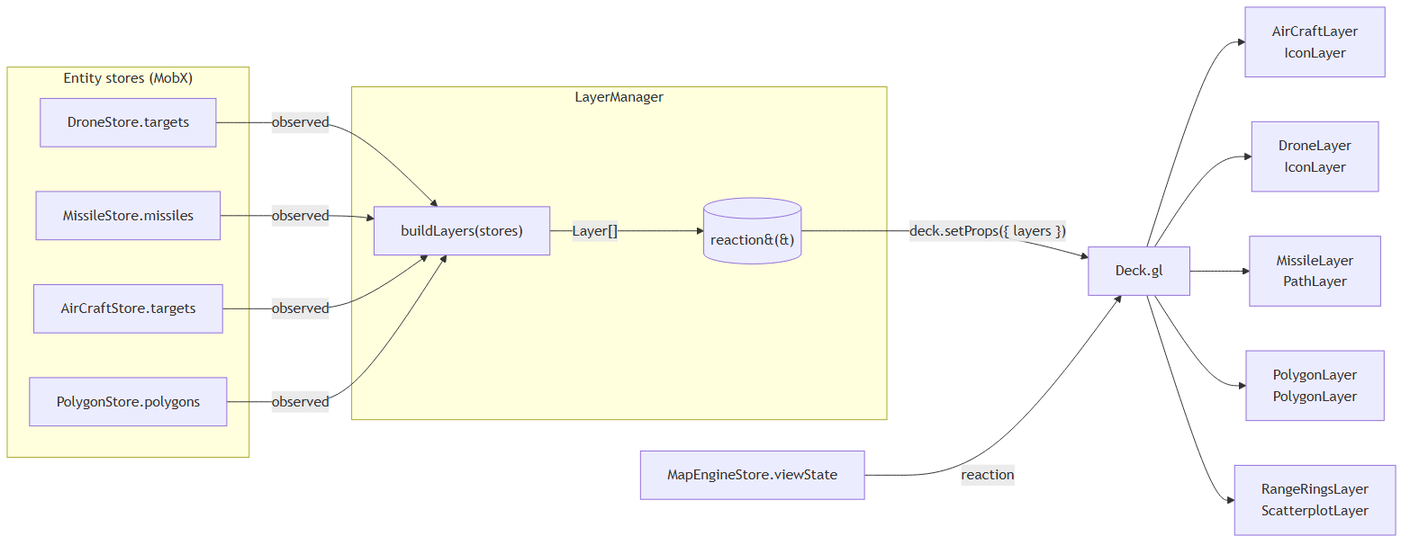
Earlier version of the Mermaid export src/assets/diagrams/05-layers-data-flow.png (abergwer/MapApp). Its source is kept beside it as src/assets/diagrams/05-layers-data-flow.mmd.
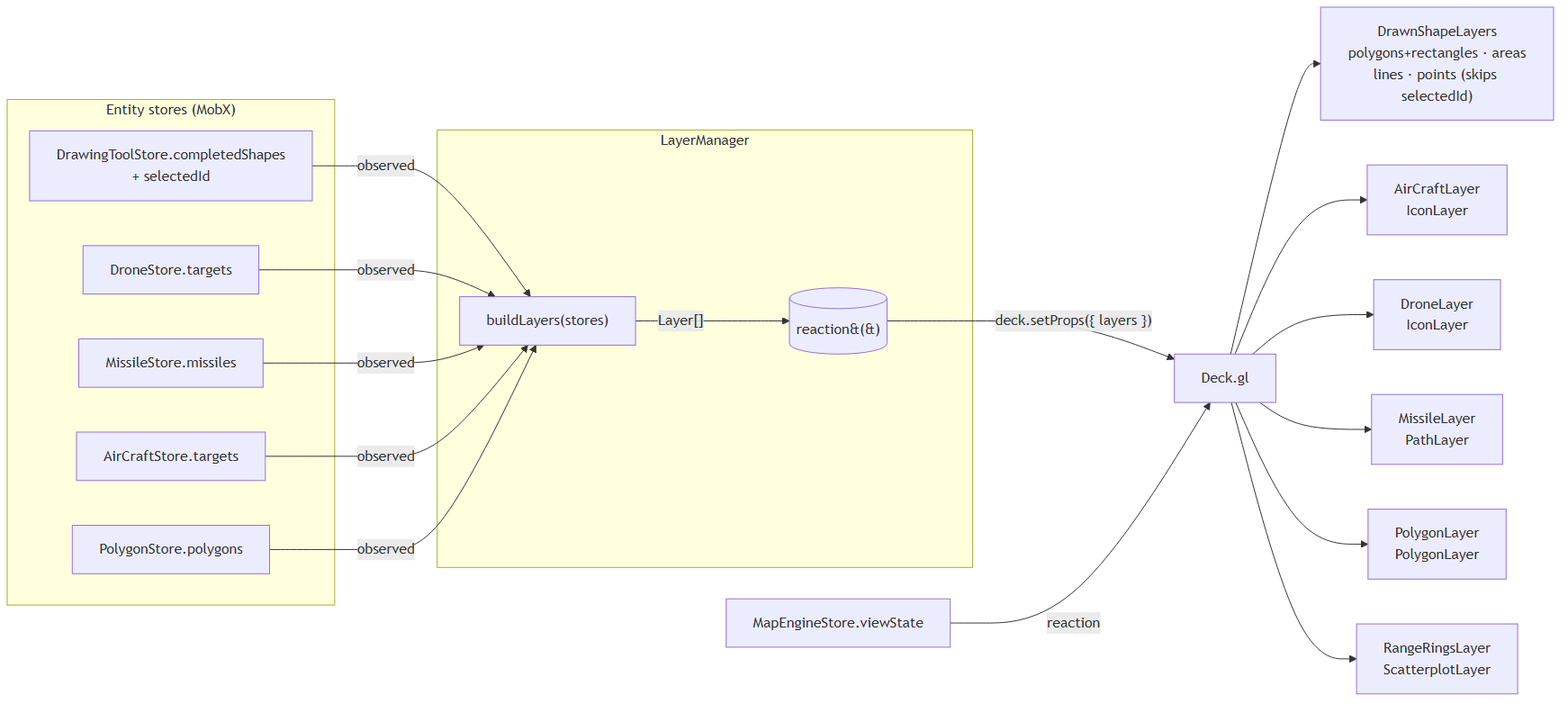
The same file after the commit.

Commit message:
refactor: update architecture diagrams and README to reflect changes in drawing and editing flow with EntityService integration

What changed in the source:
```diff
@@ -1,5 +1,6 @@
 flowchart LR
     subgraph Stores["Entity stores (MobX)"]
+        DTS["DrawingToolStore.completedShapes<br/>+ selectedId"]
         DS[DroneStore.targets]
         MS[MissileStore.missiles]
         AS[AirCraftStore.targets]
@@ -11,6 +12,7 @@
         R[("reaction&#40;&#41;")]
     end
 
+    DTS -- observed --> BL
     DS -- observed --> BL
     MS -- observed --> BL
     AS -- observed --> BL
@@ -21,6 +23,7 @@
 
     MES["MapEngineStore.viewState"] -- reaction --> Deck
 
+    Deck --> L0["DrawnShapeLayers<br/>polygons+rectangles · areas<br/>lines · points (skips selectedId)"]
     Deck --> L1["AirCraftLayer<br/>IconLayer"]
     Deck --> L2["DroneLayer<br/>IconLayer"]
     Deck --> L3["MissileLayer<br/>PathLayer"]
```
